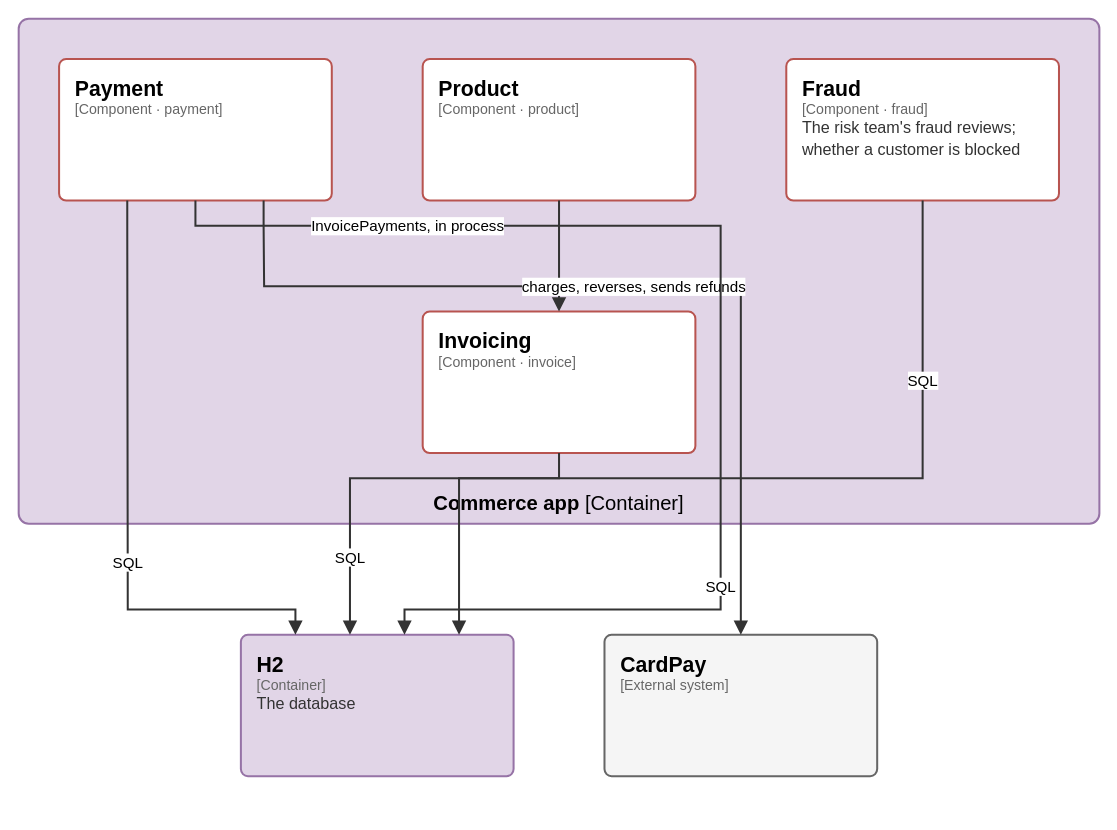
The draw.io diagram page "C4 3 - Components of Commerce app" (3 of 7) of docs/architecture/c4.drawio in elie29/partition-commerce, before the edit. Source tidied: cells renumbered, new cells numbered last; positions are measured from the earlier drawing's top-left corner, leaving out a move shared by most shapes. Both pictures are drawn from the tidied source at 101%, with x=0, y=0 at pixel (18, 18).
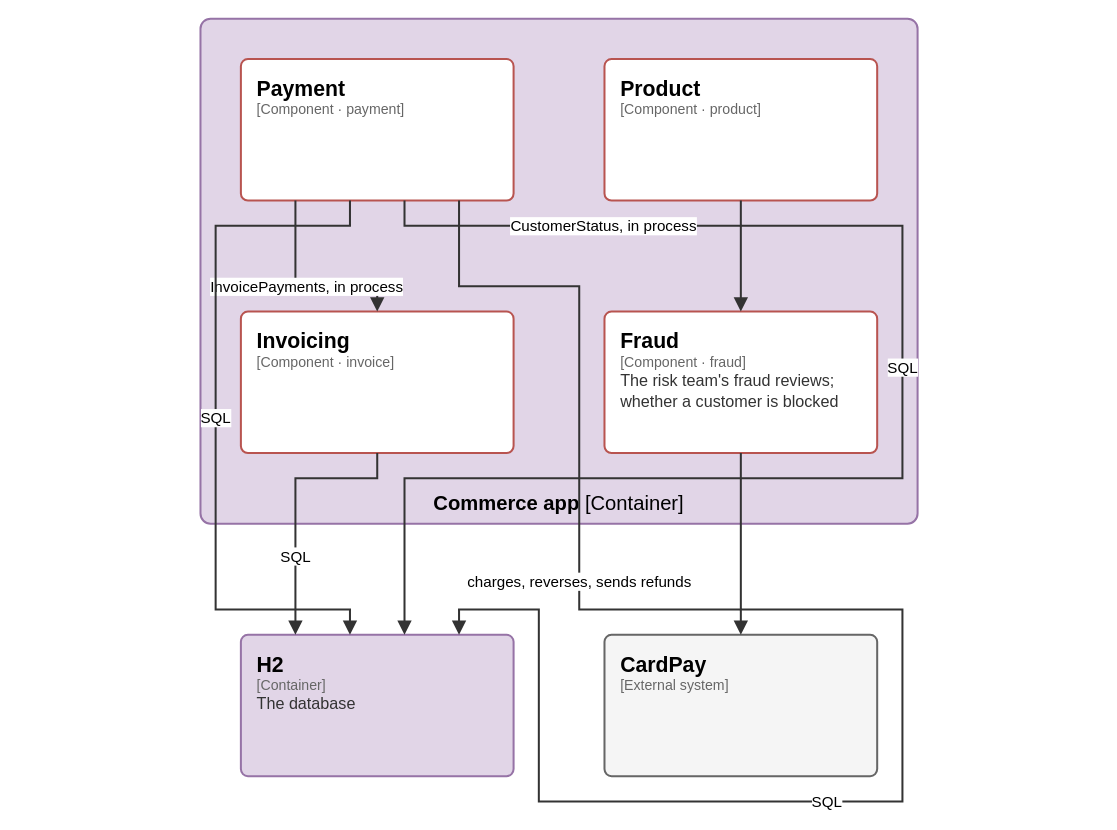
The same page after the edit.

Unchanged cells that the change refers to:
```xml
<mxCell id="7" value="&lt;span style=&quot;font-size:21px;font-weight:600;color:#000000&quot;&gt;H2&lt;/span&gt;&lt;br&gt;&lt;span style=&quot;font-family:IBM Plex Mono;font-size:14px;color:#666666&quot;&gt;[Container]&lt;/span&gt;&lt;br&gt;&lt;span style=&quot;font-size:16px;color:#333333;line-height:1.3&quot;&gt;The database&lt;/span&gt;" style="rounded=1;absoluteArcSize=1;arcSize=14;html=1;whiteSpace=wrap;fillColor=#e1d5e7;strokeColor=#9673a6;strokeWidth=2;fontFamily=IBM Plex Sans;align=left;verticalAlign=top;spacingLeft=14;spacingRight=10;spacingTop=10;partition=VhqOdWhMpS;" parent="1" vertex="1">
  <mxGeometry x="220" y="610" width="270" height="140" as="geometry" />
</mxCell>
<mxCell id="8" value="&lt;span style=&quot;font-size:21px;font-weight:600;color:#000000&quot;&gt;CardPay&lt;/span&gt;&lt;br&gt;&lt;span style=&quot;font-family:IBM Plex Mono;font-size:14px;color:#666666&quot;&gt;[External system]&lt;/span&gt;" style="rounded=1;absoluteArcSize=1;arcSize=14;html=1;whiteSpace=wrap;fillColor=#f5f5f5;strokeColor=#666666;strokeWidth=2;fontFamily=IBM Plex Sans;align=left;verticalAlign=top;spacingLeft=14;spacingRight=10;spacingTop=10;partition=R1m1i5lw6r;" parent="1" vertex="1">
  <mxGeometry x="580" y="610" width="270" height="140" as="geometry" />
</mxCell>
```

Diff of the diagram source:
```diff
@@
-    <mxCell id="2" value="&lt;b&gt;Commerce app&lt;/b&gt; [Container]" style="rounded=1;absoluteArcSize=1;arcSize=20;html=1;whiteSpace=wrap;fillColor=#e1d5e7;strokeColor=#9673a6;strokeWidth=2;fontFamily=IBM Plex Sans;fontSize=20;verticalAlign=bottom;spacingTop=6;spacingBottom=6;partition=-vGjSmE00T;" parent="1" vertex="1">
-      <mxGeometry width="1070" height="500" as="geometry" />
+    <mxCell id="2" value="&lt;b&gt;Commerce app&lt;/b&gt; [Container]" style="rounded=1;absoluteArcSize=1;arcSize=20;html=1;whiteSpace=wrap;fillColor=#e1d5e7;strokeColor=#9673a6;strokeWidth=2;fontFamily=IBM Plex Sans;fontSize=20;verticalAlign=bottom;spacingTop=6;spacingBottom=6;partition=uWRdhQlmVW;" parent="1" vertex="1">
+      <mxGeometry x="180" width="710" height="500" as="geometry" />
     </mxCell>
-    <mxCell id="3" value="&lt;span style=&quot;font-size:21px;font-weight:600;color:#000000&quot;&gt;Invoicing&lt;/span&gt;&lt;br&gt;&lt;span style=&quot;font-family:IBM Plex Mono;font-size:14px;color:#666666&quot;&gt;[Component · invoice]&lt;/span&gt;" style="rounded=1;absoluteArcSize=1;arcSize=14;html=1;whiteSpace=wrap;fillColor=#ffffff;strokeColor=#b85450;strokeWidth=2;fontFamily=IBM Plex Sans;align=left;verticalAlign=top;spacingLeft=14;spacingRight=10;spacingTop=10;partition=NwpGBdmDzl;" parent="1" vertex="1">
-      <mxGeometry x="400" y="290" width="270" height="140" as="geometry" />
+    <mxCell id="3" value="&lt;span style=&quot;font-size:21px;font-weight:600;color:#000000&quot;&gt;Invoicing&lt;/span&gt;&lt;br&gt;&lt;span style=&quot;font-family:IBM Plex Mono;font-size:14px;color:#666666&quot;&gt;[Component · invoice]&lt;/span&gt;" style="rounded=1;absoluteArcSize=1;arcSize=14;html=1;whiteSpace=wrap;fillColor=#ffffff;strokeColor=#b85450;strokeWidth=2;fontFamily=IBM Plex Sans;align=left;verticalAlign=top;spacingLeft=14;spacingRight=10;spacingTop=10;partition=y_rMypuNCB;" parent="1" vertex="1">
+      <mxGeometry x="220" y="290" width="270" height="140" as="geometry" />
     </mxCell>
-    <mxCell id="4" value="&lt;span style=&quot;font-size:21px;font-weight:600;color:#000000&quot;&gt;Payment&lt;/span&gt;&lt;br&gt;&lt;span style=&quot;font-family:IBM Plex Mono;font-size:14px;color:#666666&quot;&gt;[Component · payment]&lt;/span&gt;" style="rounded=1;absoluteArcSize=1;arcSize=14;html=1;whiteSpace=wrap;fillColor=#ffffff;strokeColor=#b85450;strokeWidth=2;fontFamily=IBM Plex Sans;align=left;verticalAlign=top;spacingLeft=14;spacingRight=10;spacingTop=10;partition=MpiWCou8A7;" parent="1" vertex="1">
-      <mxGeometry x="40" y="40" width="270" height="140" as="geometry" />
+    <mxCell id="4" value="&lt;span style=&quot;font-size:21px;font-weight:600;color:#000000&quot;&gt;Payment&lt;/span&gt;&lt;br&gt;&lt;span style=&quot;font-family:IBM Plex Mono;font-size:14px;color:#666666&quot;&gt;[Component · payment]&lt;/span&gt;" style="rounded=1;absoluteArcSize=1;arcSize=14;html=1;whiteSpace=wrap;fillColor=#ffffff;strokeColor=#b85450;strokeWidth=2;fontFamily=IBM Plex Sans;align=left;verticalAlign=top;spacingLeft=14;spacingRight=10;spacingTop=10;partition=OoiQrNIVBC;" parent="1" vertex="1">
+      <mxGeometry x="220" y="40" width="270" height="140" as="geometry" />
     </mxCell>
-    <mxCell id="5" value="&lt;span style=&quot;font-size:21px;font-weight:600;color:#000000&quot;&gt;Product&lt;/span&gt;&lt;br&gt;&lt;span style=&quot;font-family:IBM Plex Mono;font-size:14px;color:#666666&quot;&gt;[Component · product]&lt;/span&gt;" style="rounded=1;absoluteArcSize=1;arcSize=14;html=1;whiteSpace=wrap;fillColor=#ffffff;strokeColor=#b85450;strokeWidth=2;fontFamily=IBM Plex Sans;align=left;verticalAlign=top;spacingLeft=14;spacingRight=10;spacingTop=10;partition=rwtB4VHL-5;" parent="1" vertex="1">
-      <mxGeometry x="400" y="40" width="270" height="140" as="geometry" />
+    <mxCell id="5" value="&lt;span style=&quot;font-size:21px;font-weight:600;color:#000000&quot;&gt;Product&lt;/span&gt;&lt;br&gt;&lt;span style=&quot;font-family:IBM Plex Mono;font-size:14px;color:#666666&quot;&gt;[Component · product]&lt;/span&gt;" style="rounded=1;absoluteArcSize=1;arcSize=14;html=1;whiteSpace=wrap;fillColor=#ffffff;strokeColor=#b85450;strokeWidth=2;fontFamily=IBM Plex Sans;align=left;verticalAlign=top;spacingLeft=14;spacingRight=10;spacingTop=10;partition=eIuSdzb2dt;" parent="1" vertex="1">
+      <mxGeometry x="580" y="40" width="270" height="140" as="geometry" />
     </mxCell>
-    <mxCell id="6" value="&lt;span style=&quot;font-size:21px;font-weight:600;color:#000000&quot;&gt;Fraud&lt;/span&gt;&lt;br&gt;&lt;span style=&quot;font-family:IBM Plex Mono;font-size:14px;color:#666666&quot;&gt;[Component · fraud]&lt;/span&gt;&lt;br&gt;&lt;span style=&quot;font-size:16px;color:#333333;line-height:1.3&quot;&gt;The risk team&amp;#39;s fraud reviews; whether a customer is blocked&lt;/span&gt;" style="rounded=1;absoluteArcSize=1;arcSize=14;html=1;whiteSpace=wrap;fillColor=#ffffff;strokeColor=#b85450;strokeWidth=2;fontFamily=IBM Plex Sans;align=left;verticalAlign=top;spacingLeft=14;spacingRight=10;spacingTop=10;partition=0IPpTdDtHd;" parent="1" vertex="1">
-      <mxGeometry x="760" y="40" width="270" height="140" as="geometry" />
+    <mxCell id="6" value="&lt;span style=&quot;font-size:21px;font-weight:600;color:#000000&quot;&gt;Fraud&lt;/span&gt;&lt;br&gt;&lt;span style=&quot;font-family:IBM Plex Mono;font-size:14px;color:#666666&quot;&gt;[Component · fraud]&lt;/span&gt;&lt;br&gt;&lt;span style=&quot;font-size:16px;color:#333333;line-height:1.3&quot;&gt;The risk team&amp;#39;s fraud reviews; whether a customer is blocked&lt;/span&gt;" style="rounded=1;absoluteArcSize=1;arcSize=14;html=1;whiteSpace=wrap;fillColor=#ffffff;strokeColor=#b85450;strokeWidth=2;fontFamily=IBM Plex Sans;align=left;verticalAlign=top;spacingLeft=14;spacingRight=10;spacingTop=10;partition=90L3m2ZFFY;" parent="1" vertex="1">
+      <mxGeometry x="580" y="290" width="270" height="140" as="geometry" />
     </mxCell>
@@
-    <mxCell id="9" value="SQL" style="edgeStyle=orthogonalEdgeStyle;rounded=0;html=1;endArrow=block;endFill=1;endSize=9;strokeColor=#333333;strokeWidth=2;fontFamily=IBM Plex Sans;fontSize=15;fontColor=#000000;labelBackgroundColor=#FFFFFF;spacing=3;exitX=0.5;exitY=1;exitPerimeter=0;entryX=0.4;entryY=0;entryPerimeter=0;partition=IwNhcftJD9;" parent="1" edge="1" source="3" target="7">
-      <mxGeometry x="0.6" relative="1" as="geometry">
+    <mxCell id="9" value="SQL" style="edgeStyle=orthogonalEdgeStyle;rounded=0;html=1;endArrow=block;endFill=1;endSize=9;strokeColor=#333333;strokeWidth=2;fontFamily=IBM Plex Sans;fontSize=15;fontColor=#000000;labelBackgroundColor=#FFFFFF;spacing=3;exitX=0.5;exitY=1;exitPerimeter=0;entryX=0.2;entryY=0;entryPerimeter=0;partition=9aQyXl220X;" parent="1" edge="1" source="3" target="7">
+      <mxGeometry x="0.4" relative="1" as="geometry">
         <Array as="points">
-          <mxPoint x="535" y="455" />
-          <mxPoint x="328" y="455" />
-          <mxPoint x="328" y="585" />
+          <mxPoint x="355" y="455" />
+          <mxPoint x="274" y="455" />
+          <mxPoint x="274" y="585" />
         </Array>
       </mxGeometry>
     </mxCell>
-    <mxCell id="10" value="InvoicePayments, in process" style="edgeStyle=orthogonalEdgeStyle;rounded=0;html=1;endArrow=block;endFill=1;endSize=9;strokeColor=#333333;strokeWidth=2;fontFamily=IBM Plex Sans;fontSize=15;fontColor=#000000;labelBackgroundColor=#FFFFFF;spacing=3;exitX=0.5;exitY=1;exitPerimeter=0;entryX=0.5;entryY=0;entryPerimeter=0;partition=rWhKiRoJzm;" parent="1" edge="1" source="4" target="3">
+    <mxCell id="10" value="InvoicePayments, in process" style="edgeStyle=orthogonalEdgeStyle;rounded=0;html=1;endArrow=block;endFill=1;endSize=9;strokeColor=#333333;strokeWidth=2;fontFamily=IBM Plex Sans;fontSize=15;fontColor=#000000;labelBackgroundColor=#FFFFFF;spacing=3;exitX=0.2;exitY=1;exitPerimeter=0;entryX=0.5;entryY=0;entryPerimeter=0;partition=kpHkQbIoGy;" parent="1" edge="1" source="4" target="3">
       <mxGeometry relative="1" as="geometry">
         <Array as="points">
-          <mxPoint x="175" y="205" />
-          <mxPoint x="535" y="205" />
-          <mxPoint x="535" y="265" />
+          <mxPoint x="274" y="205" />
+          <mxPoint x="274" y="265" />
+          <mxPoint x="355" y="265" />
         </Array>
       </mxGeometry>
     </mxCell>
+    <mxCell id="15" value="CustomerStatus, in process" style="edgeStyle=orthogonalEdgeStyle;rounded=0;html=1;endArrow=block;endFill=1;endSize=9;strokeColor=#333333;strokeWidth=2;fontFamily=IBM Plex Sans;fontSize=15;fontColor=#000000;labelBackgroundColor=#FFFFFF;spacing=3;exitX=0.6;exitY=1;exitPerimeter=0;entryX=0.5;entryY=0;entryPerimeter=0;partition=LIbh-mXxbJ;" parent="1" edge="1" source="4" target="6">
+      <mxGeometry relative="1" as="geometry">
+        <Array as="points">
+          <mxPoint x="382" y="205" />
+          <mxPoint x="715" y="205" />
+          <mxPoint x="715" y="265" />
+        </Array>
+      </mxGeometry>
+    </mxCell>
-    <mxCell id="11" value="SQL" style="edgeStyle=orthogonalEdgeStyle;rounded=0;html=1;endArrow=block;endFill=1;endSize=9;strokeColor=#333333;strokeWidth=2;fontFamily=IBM Plex Sans;fontSize=15;fontColor=#000000;labelBackgroundColor=#FFFFFF;spacing=3;exitX=0.25;exitY=1;exitPerimeter=0;entryX=0.2;entryY=0;entryPerimeter=0;partition=qxlWrTsdIg;" parent="1" edge="1" source="4" target="7">
-      <mxGeometry x="0.2" relative="1" as="geometry">
+    <mxCell id="11" value="SQL" style="edgeStyle=orthogonalEdgeStyle;rounded=0;html=1;endArrow=block;endFill=1;endSize=9;strokeColor=#333333;strokeWidth=2;fontFamily=IBM Plex Sans;fontSize=15;fontColor=#000000;labelBackgroundColor=#FFFFFF;spacing=3;exitX=0.4;exitY=1;exitPerimeter=0;entryX=0.4;entryY=0;entryPerimeter=0;partition=UCBDhX2c63;" parent="1" edge="1" source="4" target="7">
+      <mxGeometry relative="1" as="geometry">
         <Array as="points">
-          <mxPoint x="108" y="205" />
-          <mxPoint x="108" y="585" />
-          <mxPoint x="274" y="585" />
+          <mxPoint x="328" y="205" />
+          <mxPoint x="195" y="205" />
+          <mxPoint x="195" y="585" />
+          <mxPoint x="328" y="585" />
         </Array>
       </mxGeometry>
     </mxCell>
-    <mxCell id="12" value="charges, reverses, sends refunds" style="edgeStyle=orthogonalEdgeStyle;rounded=0;html=1;endArrow=block;endFill=1;endSize=9;strokeColor=#333333;strokeWidth=2;fontFamily=IBM Plex Sans;fontSize=15;fontColor=#000000;labelBackgroundColor=#FFFFFF;spacing=3;exitX=0.75;exitY=1;exitPerimeter=0;entryX=0.5;entryY=0;entryPerimeter=0;partition=uNFNKJ1G9t;" parent="1" edge="1" source="4" target="8">
-      <mxGeometry relative="1" as="geometry">
+    <mxCell id="12" value="charges, reverses, sends refunds" style="edgeStyle=orthogonalEdgeStyle;rounded=0;html=1;endArrow=block;endFill=1;endSize=9;strokeColor=#333333;strokeWidth=2;fontFamily=IBM Plex Sans;fontSize=15;fontColor=#000000;labelBackgroundColor=#FFFFFF;spacing=3;exitX=0.8;exitY=1;exitPerimeter=0;entryX=0.5;entryY=0;entryPerimeter=0;partition=QPsIeiTHUH;" parent="1" edge="1" source="4" target="8">
+      <mxGeometry x="0.4" relative="1" as="geometry">
         <Array as="points">
-          <mxPoint x="243" y="205" />
-          <mxPoint x="243" y="265" />
-          <mxPoint x="715" y="265" />
+          <mxPoint x="436" y="205" />
+          <mxPoint x="436" y="265" />
+          <mxPoint x="555" y="265" />
+          <mxPoint x="555" y="585" />
           <mxPoint x="715" y="585" />
         </Array>
       </mxGeometry>
     </mxCell>
-    <mxCell id="13" value="SQL" style="edgeStyle=orthogonalEdgeStyle;rounded=0;html=1;endArrow=block;endFill=1;endSize=9;strokeColor=#333333;strokeWidth=2;fontFamily=IBM Plex Sans;fontSize=15;fontColor=#000000;labelBackgroundColor=#FFFFFF;spacing=3;exitX=0.5;exitY=1;exitPerimeter=0;entryX=0.6;entryY=0;entryPerimeter=0;partition=BJV036VgVb;" parent="1" edge="1" source="5" target="7">
-      <mxGeometry x="0.2" relative="1" as="geometry">
+    <mxCell id="13" value="SQL" style="edgeStyle=orthogonalEdgeStyle;rounded=0;html=1;endArrow=block;endFill=1;endSize=9;strokeColor=#333333;strokeWidth=2;fontFamily=IBM Plex Sans;fontSize=15;fontColor=#000000;labelBackgroundColor=#FFFFFF;spacing=3;exitX=0.5;exitY=1;exitPerimeter=0;entryX=0.6;entryY=0;entryPerimeter=0;partition=MuBvWgFryY;" parent="1" edge="1" source="5" target="7">
+      <mxGeometry x="-0.4" relative="1" as="geometry">
         <Array as="points">
-          <mxPoint x="535" y="205" />
-          <mxPoint x="695" y="205" />
-          <mxPoint x="695" y="585" />
+          <mxPoint x="715" y="205" />
+          <mxPoint x="875" y="205" />
+          <mxPoint x="875" y="455" />
+          <mxPoint x="382" y="455" />
           <mxPoint x="382" y="585" />
         </Array>
       </mxGeometry>
     </mxCell>
-    <mxCell id="14" value="SQL" style="edgeStyle=orthogonalEdgeStyle;rounded=0;html=1;endArrow=block;endFill=1;endSize=9;strokeColor=#333333;strokeWidth=2;fontFamily=IBM Plex Sans;fontSize=15;fontColor=#000000;labelBackgroundColor=#FFFFFF;spacing=3;exitX=0.5;exitY=1;exitPerimeter=0;entryX=0.8;entryY=0;entryPerimeter=0;partition=luHR0haftd;" parent="1" edge="1" source="6" target="7">
-      <mxGeometry x="-0.6" relative="1" as="geometry">
+    <mxCell id="14" value="SQL" style="edgeStyle=orthogonalEdgeStyle;rounded=0;html=1;endArrow=block;endFill=1;endSize=9;strokeColor=#333333;strokeWidth=2;fontFamily=IBM Plex Sans;fontSize=15;fontColor=#000000;labelBackgroundColor=#FFFFFF;spacing=3;exitX=0.5;exitY=1;exitPerimeter=0;entryX=0.8;entryY=0;entryPerimeter=0;partition=g0Cr_efIdX;" parent="1" edge="1" source="6" target="7">
+      <mxGeometry relative="1" as="geometry">
         <Array as="points">
-          <mxPoint x="895" y="205" />
-          <mxPoint x="895" y="455" />
-          <mxPoint x="436" y="455" />
+          <mxPoint x="715" y="455" />
+          <mxPoint x="715" y="585" />
+          <mxPoint x="875" y="585" />
+          <mxPoint x="875" y="775" />
+          <mxPoint x="515" y="775" />
+          <mxPoint x="515" y="585" />
           <mxPoint x="436" y="585" />
         </Array>
       </mxGeometry>
     </mxCell>
```
